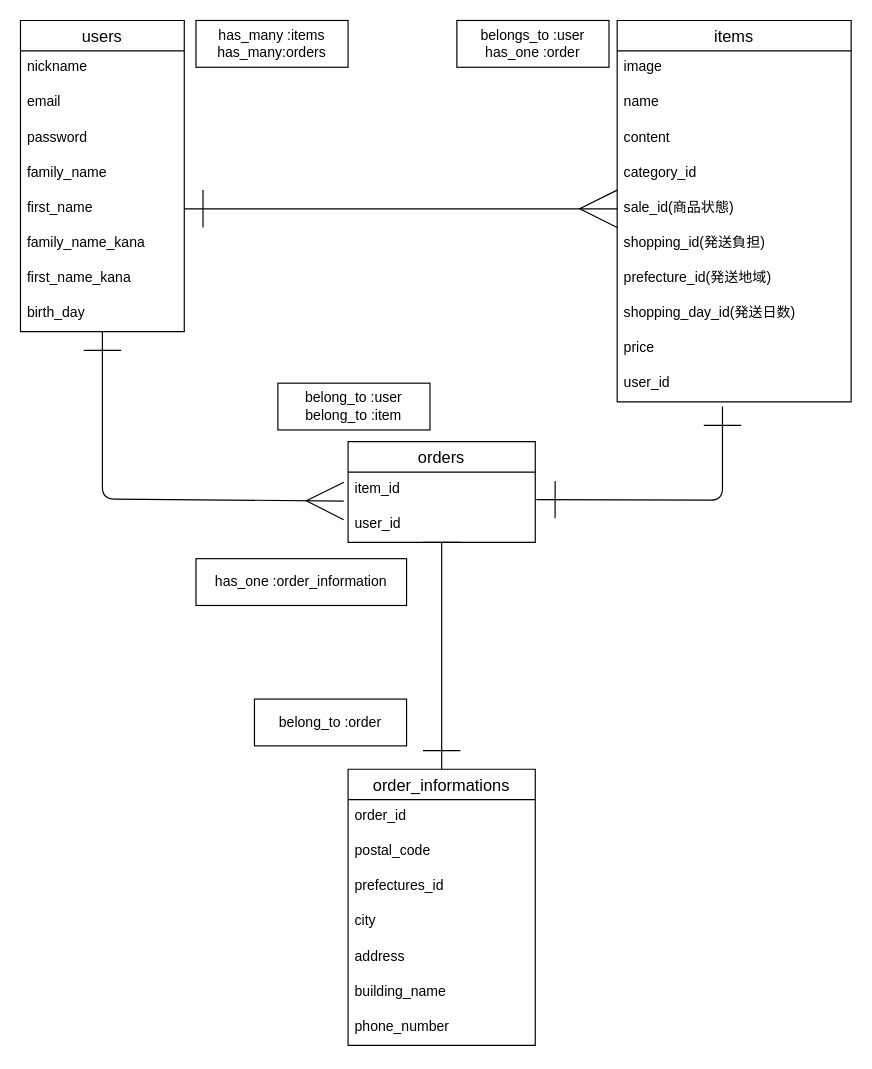
This is .dio from gtn-74/furima-39277, a draw.io file, before an edit. Source tidied: cells renumbered, new cells numbered last; positions are measured from the earlier drawing's top-left corner, leaving out a move shared by most shapes. Both pictures are drawn from the tidied source at 117%, with x=0, y=0 at pixel (20, 20).
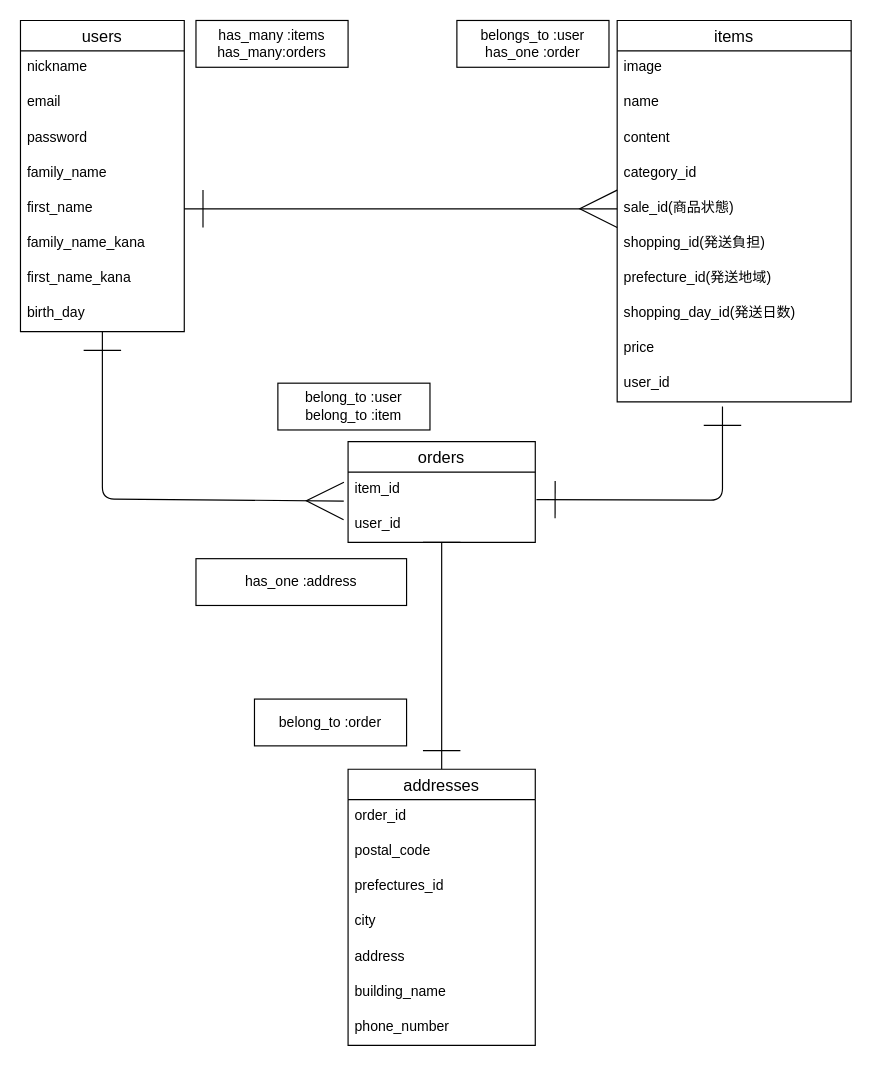
The same page after the edit.

Change to the diagram source:
```diff
@@
-    <mxCell id="28" value="order_informations" style="swimlane;fontStyle=0;horizontal=1;startSize=26;align=center;fontSize=14;" parent="1" vertex="1">
+    <mxCell id="28" value="addresses" style="swimlane;fontStyle=0;horizontal=1;startSize=26;align=center;fontSize=14;" parent="1" vertex="1">
       <mxGeometry x="280" y="640" width="160" height="236" as="geometry" />
     </mxCell>
@@
-    <mxCell id="41" value="has_one :order_information" style="whiteSpace=wrap;html=1;align=center;" parent="1" vertex="1">
+    <mxCell id="41" value="has_one :address" style="whiteSpace=wrap;html=1;align=center;" parent="1" vertex="1">
       <mxGeometry x="150" y="460" width="180" height="40" as="geometry" />
     </mxCell>
```
